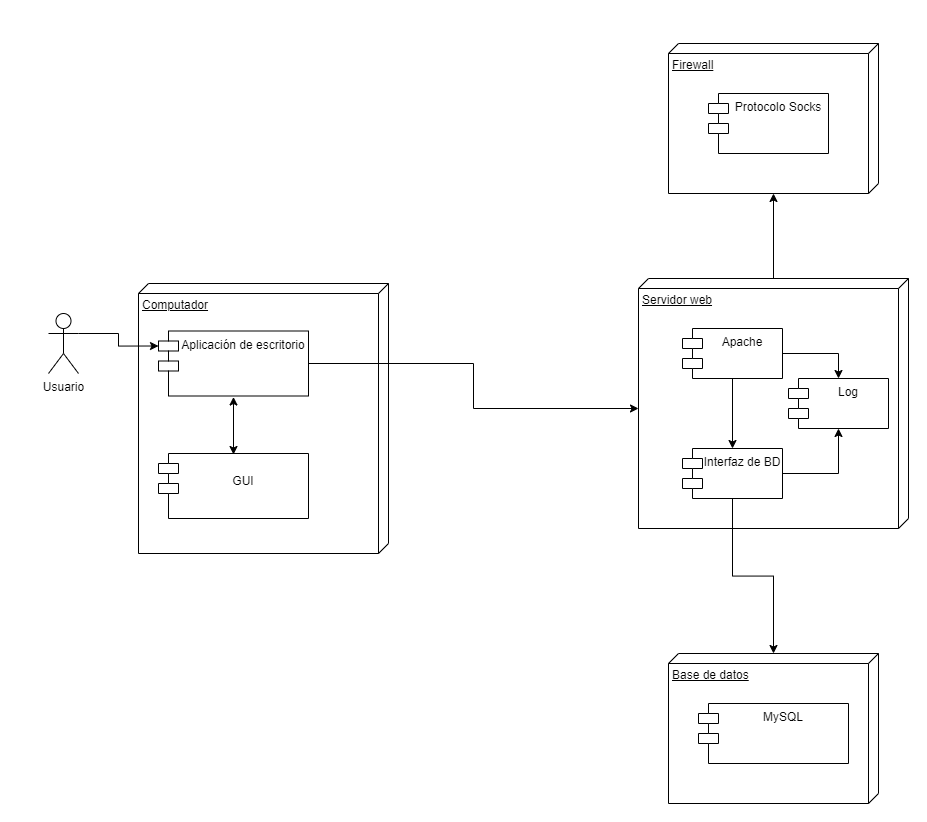
shecheeee/Diagramas keeps this draw.io diagram as Diagrama de despliegue.png. Above is the earlier version. Source tidied: cells renumbered, new cells last; positions are measured from the earlier drawing's top-left corner, leaving out a move shared by most shapes. The source it was exported from:
```xml
<mxGraphModel>
  <root>
    <mxCell id="0" />
    <mxCell id="1" parent="0" />
    <mxCell id="2" value="Usuario" style="shape=umlActor;verticalLabelPosition=bottom;verticalAlign=top;html=1;" parent="1" vertex="1">
      <mxGeometry y="270" width="30" height="60" as="geometry" />
    </mxCell>
    <mxCell id="3" value="Computador" style="verticalAlign=top;align=left;spacingTop=8;spacingLeft=2;spacingRight=12;shape=cube;size=10;direction=south;fontStyle=4;html=1;" parent="1" vertex="1">
      <mxGeometry x="90" y="240" width="250" height="270" as="geometry" />
    </mxCell>
    <mxCell id="4" style="edgeStyle=orthogonalEdgeStyle;rounded=0;jettySize=auto;html=1;entryX=0;entryY=0;entryDx=130;entryDy=270;entryPerimeter=0;startArrow=none;startFill=0;" parent="1" edge="1" source="5" target="8">
      <mxGeometry relative="1" as="geometry" />
    </mxCell>
    <mxCell id="5" value="Aplicación de escritorio&#10;" style="shape=module;align=left;spacingLeft=20;align=center;verticalAlign=top;" parent="1" vertex="1">
      <mxGeometry x="110" y="287.5" width="150" height="65" as="geometry" />
    </mxCell>
    <mxCell id="6" style="edgeStyle=orthogonalEdgeStyle;rounded=0;jettySize=auto;html=1;entryX=0;entryY=0;entryDx=0;entryDy=15;entryPerimeter=0;exitX=1;exitY=0.3333333333333333;exitDx=0;exitDy=0;exitPerimeter=0;" parent="1" edge="1" source="2" target="5">
      <mxGeometry relative="1" as="geometry" />
    </mxCell>
    <mxCell id="7" style="edgeStyle=orthogonalEdgeStyle;rounded=0;jettySize=auto;html=1;" parent="1" edge="1" source="8" target="19">
      <mxGeometry relative="1" as="geometry" />
    </mxCell>
    <mxCell id="8" value="Servidor web&lt;br&gt;" style="verticalAlign=top;align=left;spacingTop=8;spacingLeft=2;spacingRight=12;shape=cube;size=10;direction=south;fontStyle=4;html=1;" parent="1" vertex="1">
      <mxGeometry x="590" y="235" width="270" height="250" as="geometry" />
    </mxCell>
    <mxCell id="9" value="Base de datos" style="verticalAlign=top;align=left;spacingTop=8;spacingLeft=2;spacingRight=12;shape=cube;size=10;direction=south;fontStyle=4;html=1;" parent="1" vertex="1">
      <mxGeometry x="620" y="610" width="210" height="150" as="geometry" />
    </mxCell>
    <mxCell id="10" value="MySQL" style="shape=module;align=left;spacingLeft=20;align=center;verticalAlign=top;" parent="1" vertex="1">
      <mxGeometry x="650" y="660" width="150" height="60" as="geometry" />
    </mxCell>
    <mxCell id="11" value="&#10;GUI&#10;" style="shape=module;align=left;spacingLeft=20;align=center;verticalAlign=top;" parent="1" vertex="1">
      <mxGeometry x="110" y="410" width="150" height="65" as="geometry" />
    </mxCell>
    <mxCell id="12" style="edgeStyle=orthogonalEdgeStyle;rounded=0;jettySize=auto;html=1;" parent="1" edge="1" source="14" target="17">
      <mxGeometry relative="1" as="geometry" />
    </mxCell>
    <mxCell id="13" style="edgeStyle=orthogonalEdgeStyle;rounded=0;jettySize=auto;html=1;entryX=0.5;entryY=0;entryDx=0;entryDy=0;" parent="1" edge="1" source="14" target="18">
      <mxGeometry relative="1" as="geometry" />
    </mxCell>
    <mxCell id="14" value="Apache" style="shape=module;align=left;spacingLeft=20;align=center;verticalAlign=top;" parent="1" vertex="1">
      <mxGeometry x="634" y="285" width="100" height="50" as="geometry" />
    </mxCell>
    <mxCell id="15" style="edgeStyle=orthogonalEdgeStyle;rounded=0;jettySize=auto;html=1;exitX=1;exitY=0.5;exitDx=0;exitDy=0;entryX=0.5;entryY=1;entryDx=0;entryDy=0;" parent="1" edge="1" source="17" target="18">
      <mxGeometry relative="1" as="geometry" />
    </mxCell>
    <mxCell id="16" style="edgeStyle=orthogonalEdgeStyle;rounded=0;jettySize=auto;html=1;startArrow=none;startFill=0;" parent="1" edge="1" source="17" target="9">
      <mxGeometry relative="1" as="geometry" />
    </mxCell>
    <mxCell id="17" value="Interfaz de BD" style="shape=module;align=left;spacingLeft=20;align=center;verticalAlign=top;" parent="1" vertex="1">
      <mxGeometry x="634" y="405" width="100" height="50" as="geometry" />
    </mxCell>
    <mxCell id="18" value="Log" style="shape=module;align=left;spacingLeft=20;align=center;verticalAlign=top;" parent="1" vertex="1">
      <mxGeometry x="740" y="335" width="100" height="50" as="geometry" />
    </mxCell>
    <mxCell id="19" value="Firewall" style="verticalAlign=top;align=left;spacingTop=8;spacingLeft=2;spacingRight=12;shape=cube;size=10;direction=south;fontStyle=4;html=1;" parent="1" vertex="1">
      <mxGeometry x="620" width="210" height="150" as="geometry" />
    </mxCell>
    <mxCell id="20" style="edgeStyle=orthogonalEdgeStyle;rounded=0;orthogonalLoop=1;jettySize=auto;html=1;startArrow=classic;startFill=1;" parent="1" edge="1">
      <mxGeometry relative="1" as="geometry">
        <mxPoint x="185" y="353.5" as="sourcePoint" />
        <mxPoint x="185" y="411" as="targetPoint" />
      </mxGeometry>
    </mxCell>
    <mxCell id="21" value="Protocolo Socks" style="shape=module;align=left;spacingLeft=20;align=center;verticalAlign=top;" parent="1" vertex="1">
      <mxGeometry x="660" y="50" width="120" height="60" as="geometry" />
    </mxCell>
  </root>
</mxGraphModel>
```
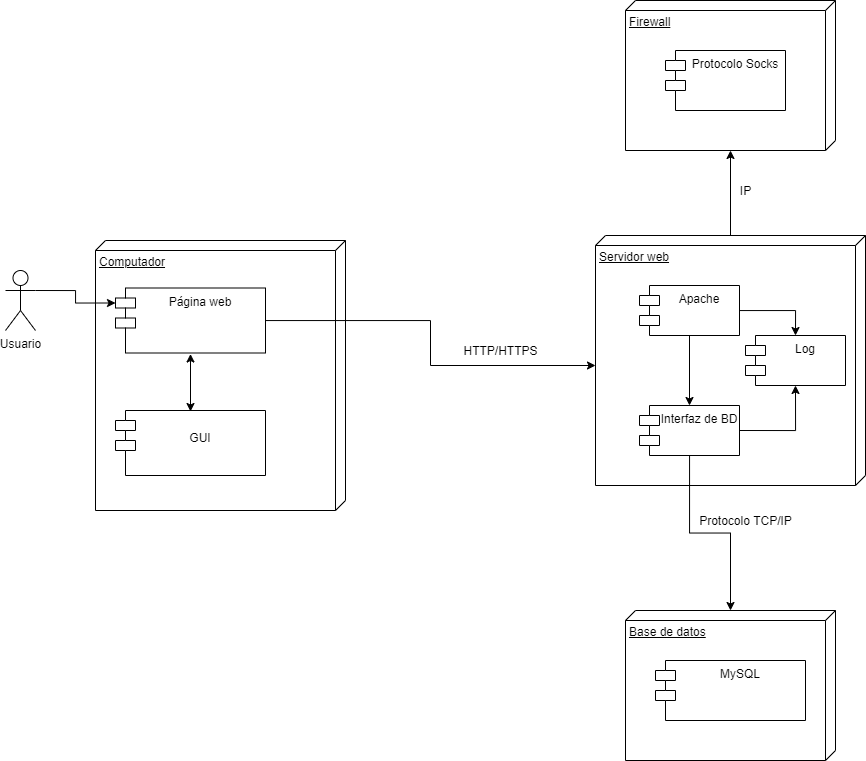
The same file after the commit.

Diff of the diagram source:
```diff
@@ -11,7 +11,7 @@
     <mxCell id="4" style="edgeStyle=orthogonalEdgeStyle;rounded=0;jettySize=auto;html=1;entryX=0;entryY=0;entryDx=130;entryDy=270;entryPerimeter=0;startArrow=none;startFill=0;" parent="1" edge="1" source="5" target="8">
       <mxGeometry relative="1" as="geometry" />
     </mxCell>
-    <mxCell id="5" value="Aplicación de escritorio&#10;" style="shape=module;align=left;spacingLeft=20;align=center;verticalAlign=top;" parent="1" vertex="1">
+    <mxCell id="5" value="Página web" style="shape=module;align=left;spacingLeft=20;align=center;verticalAlign=top;" parent="1" vertex="1">
       <mxGeometry x="110" y="287.5" width="150" height="65" as="geometry" />
     </mxCell>
     <mxCell id="6" style="edgeStyle=orthogonalEdgeStyle;rounded=0;jettySize=auto;html=1;entryX=0;entryY=0;entryDx=0;entryDy=15;entryPerimeter=0;exitX=1;exitY=0.3333333333333333;exitDx=0;exitDy=0;exitPerimeter=0;" parent="1" edge="1" source="2" target="5">
@@ -65,5 +65,14 @@
     <mxCell id="21" value="Protocolo Socks" style="shape=module;align=left;spacingLeft=20;align=center;verticalAlign=top;" parent="1" vertex="1">
       <mxGeometry x="660" y="50" width="120" height="60" as="geometry" />
     </mxCell>
+    <mxCell id="22" value="HTTP/HTTPS" style="text;html=1;align=center;verticalAlign=middle;strokeColor=none;" parent="1" vertex="1">
+      <mxGeometry x="450" y="340" width="90" height="20" as="geometry" />
+    </mxCell>
+    <mxCell id="23" value="Protocolo TCP/IP" style="text;html=1;align=center;verticalAlign=middle;strokeColor=none;" parent="1" vertex="1">
+      <mxGeometry x="685" y="510" width="110" height="20" as="geometry" />
+    </mxCell>
+    <mxCell id="24" value="IP" style="text;html=1;align=center;verticalAlign=middle;strokeColor=none;" parent="1" vertex="1">
+      <mxGeometry x="725" y="180" width="30" height="20" as="geometry" />
+    </mxCell>
   </root>
 </mxGraphModel>
```
